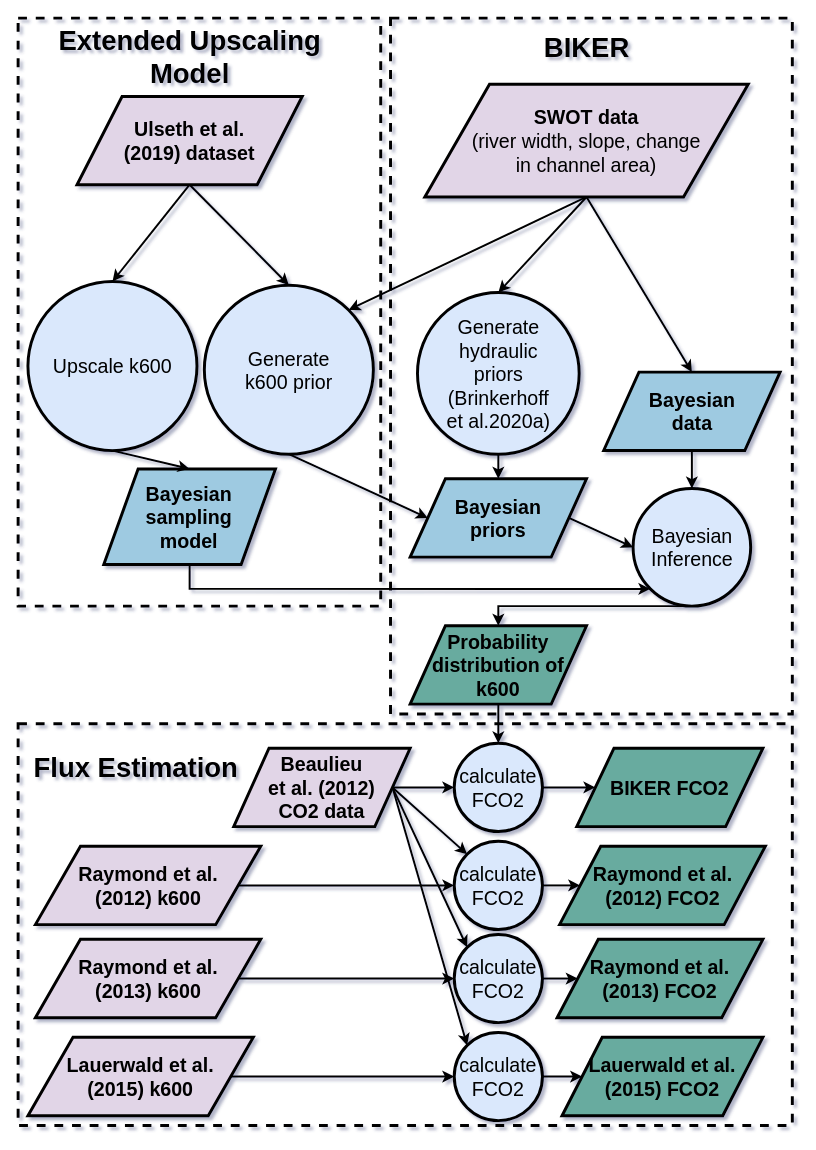
Earlier version of the draw.io diagram outputs/flowchart.drawio (craigbrinkerhoff/RSK600). Source tidied: cells renumbered, new cells numbered last; positions are measured from the earlier drawing's top-left corner, leaving out a move shared by most shapes. Both pictures are drawn from the tidied source at 98%, with x=0, y=0 at pixel (18, 18).
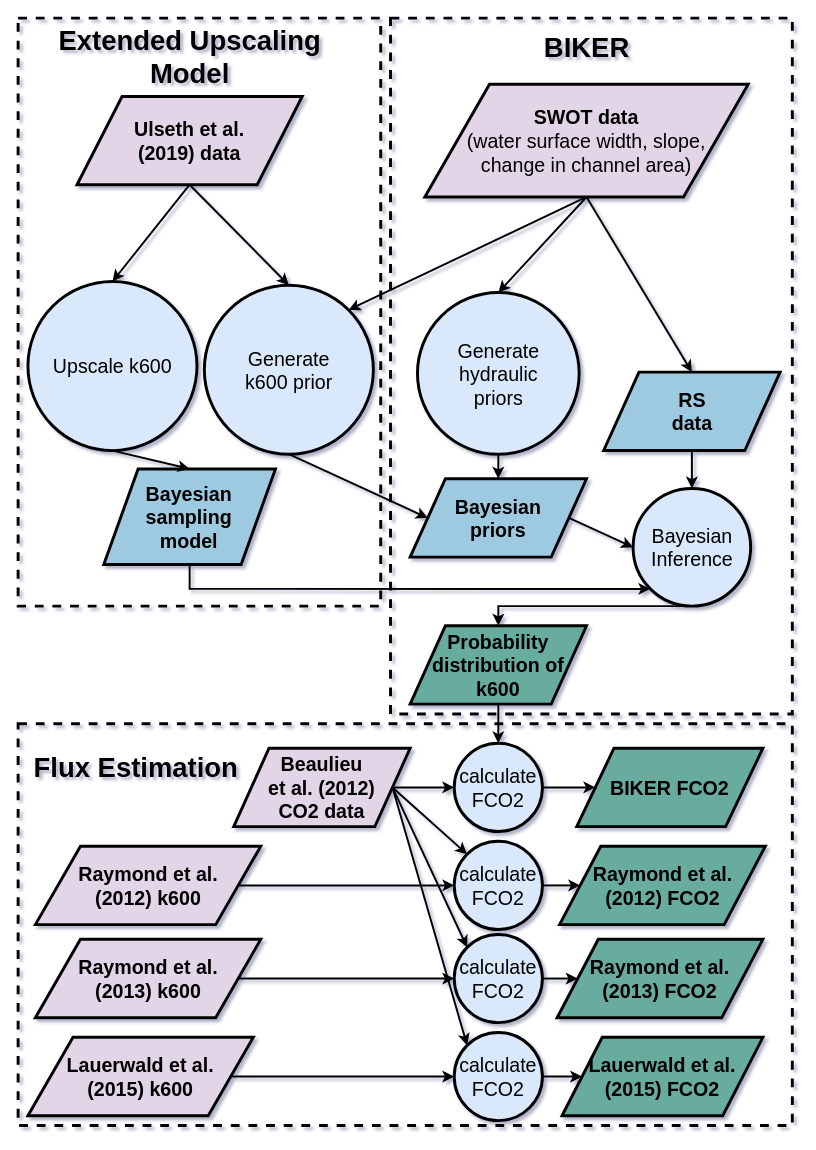
After the change.

The edit, as a diff of the source:
```diff
@@
-    <mxCell id="9" value="&lt;font style=&quot;font-size: 20px&quot;&gt;&lt;b&gt;Ulseth et al.&lt;br&gt;(2019) dataset&lt;/b&gt;&lt;/font&gt;" style="shape=parallelogram;perimeter=parallelogramPerimeter;whiteSpace=wrap;html=1;fillColor=#e1d5e7;strokeColor=#000000;strokeWidth=3;" parent="1" vertex="1">
+    <mxCell id="9" value="&lt;font style=&quot;font-size: 20px&quot;&gt;&lt;b&gt;Ulseth et al.&lt;br&gt;(2019) data&lt;/b&gt;&lt;/font&gt;" style="shape=parallelogram;perimeter=parallelogramPerimeter;whiteSpace=wrap;html=1;fillColor=#e1d5e7;strokeColor=#000000;strokeWidth=3;" parent="1" vertex="1">
       <mxGeometry x="60.1" y="80" width="229.8" height="90" as="geometry" />
     </mxCell>
@@
-    <mxCell id="13" value="&lt;font style=&quot;font-size: 20px&quot;&gt;&lt;b&gt;SWOT&amp;nbsp;&lt;/b&gt;&lt;b&gt;data&lt;/b&gt;&lt;br&gt;(river width, slope, change&lt;br&gt;in channel area)&lt;br&gt;&lt;/font&gt;" style="shape=parallelogram;perimeter=parallelogramPerimeter;whiteSpace=wrap;html=1;strokeWidth=3;fillColor=#e1d5e7;" parent="1" vertex="1">
+    <mxCell id="13" value="&lt;font style=&quot;font-size: 20px&quot;&gt;&lt;b&gt;SWOT&amp;nbsp;&lt;/b&gt;&lt;b&gt;data&lt;/b&gt;&lt;br&gt;(water surface width, slope, &lt;br&gt;change in channel area)&lt;br&gt;&lt;/font&gt;" style="shape=parallelogram;perimeter=parallelogramPerimeter;whiteSpace=wrap;html=1;strokeWidth=3;fillColor=#e1d5e7;" parent="1" vertex="1">
       <mxGeometry x="415" y="67.5" width="330" height="115" as="geometry" />
     </mxCell>
@@
-    <mxCell id="21" value="Generate hydraulic&lt;br&gt;priors&lt;br&gt;(Brinkerhoff&lt;br&gt;et al.2020a)" style="ellipse;whiteSpace=wrap;html=1;fontSize=20;strokeWidth=3;fillColor=#dae8fc;strokeColor=#000000;" parent="1" vertex="1">
+    <mxCell id="21" value="Generate hydraulic&lt;br&gt;priors" style="ellipse;whiteSpace=wrap;html=1;fontSize=20;strokeWidth=3;fillColor=#dae8fc;strokeColor=#000000;" parent="1" vertex="1">
       <mxGeometry x="407.5" y="280" width="165" height="165" as="geometry" />
     </mxCell>
@@
-    <mxCell id="32" value="&lt;span style=&quot;font-size: 20px&quot;&gt;&lt;b&gt;Bayesian&lt;br&gt;data&lt;/b&gt;&lt;/span&gt;" style="shape=parallelogram;perimeter=parallelogramPerimeter;whiteSpace=wrap;html=1;fillColor=#9ecae1;strokeColor=#000000;strokeWidth=3;" parent="1" vertex="1">
+    <mxCell id="32" value="&lt;span style=&quot;font-size: 20px&quot;&gt;&lt;b&gt;RS&lt;br&gt;data&lt;/b&gt;&lt;/span&gt;" style="shape=parallelogram;perimeter=parallelogramPerimeter;whiteSpace=wrap;html=1;fillColor=#9ecae1;strokeColor=#000000;strokeWidth=3;" parent="1" vertex="1">
       <mxGeometry x="597.5" y="361.2" width="180" height="80" as="geometry" />
     </mxCell>
```
